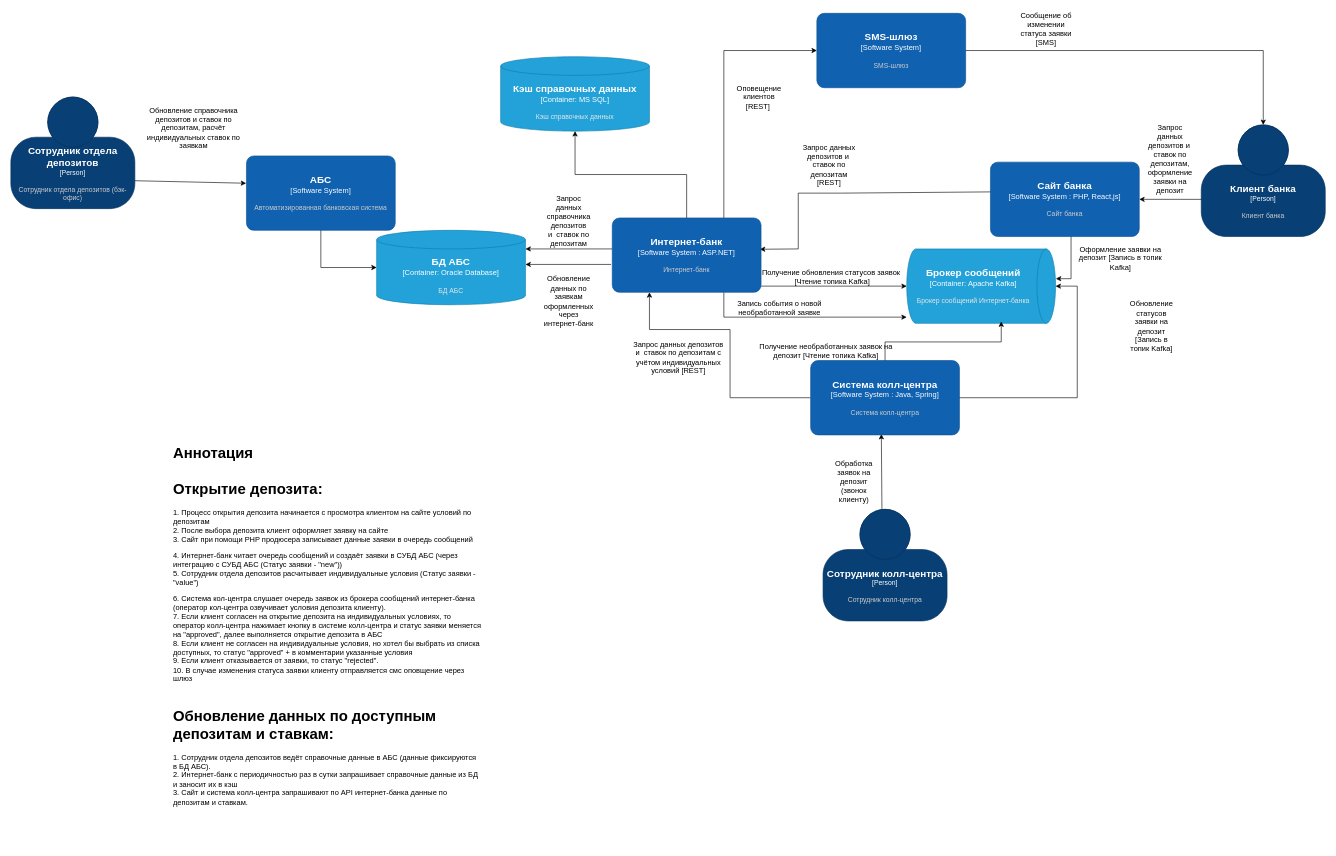
Above: Task3/Диаграмма контекста.drawio in Laborant90/architecture-standart (draw.io), before the change. Source tidied: cells renumbered, new cells numbered last; positions are measured from the earlier drawing's top-left corner, leaving out a move shared by most shapes. Both pictures are drawn from the tidied source at 62%, with x=0, y=0 at pixel (11, 13).
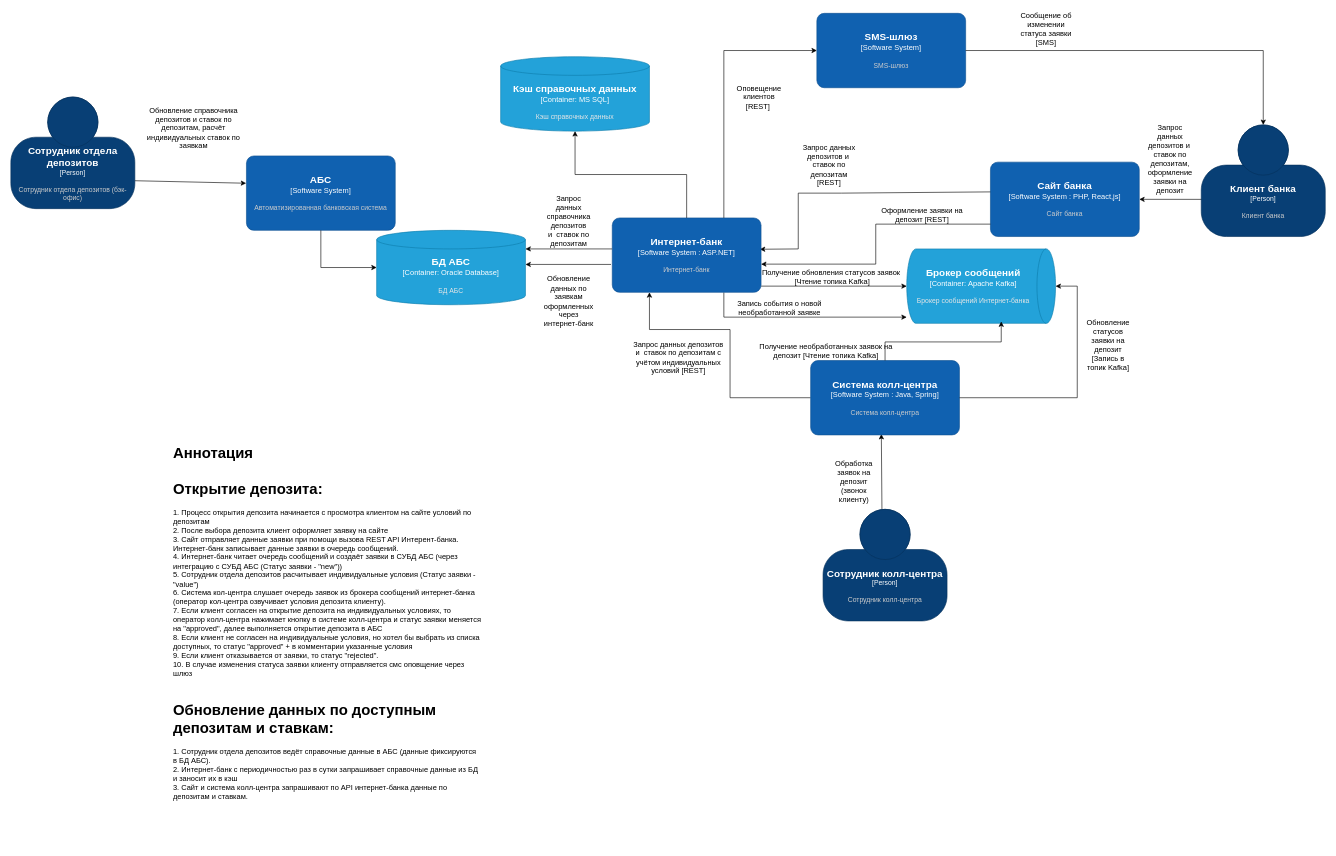
The same page after the edit.

The change refers to these unchanged cells:
```xml
<object id="25" label="&lt;font style=&quot;font-size: 16px&quot;&gt;&lt;b&gt;%c4Name%&lt;/b&gt;&lt;/font&gt;&lt;div&gt;[%c4Type%]&lt;/div&gt;&lt;br&gt;&lt;div&gt;&lt;font style=&quot;font-size: 11px&quot;&gt;&lt;font color=&quot;#cccccc&quot;&gt;%c4Description%&lt;/font&gt;&lt;/div&gt;" c4Description="Интернет-банк" c4Name="Интернет-банк" c4Type="Software System : ASP.NET" placeholders="1">
  <mxCell style="rounded=1;whiteSpace=wrap;html=1;labelBackgroundColor=none;fillColor=#1061B0;fontColor=#ffffff;align=center;arcSize=10;strokeColor=#0D5091;points=[[0.25,0,0],[0.5,0,0],[0.75,0,0],[1,0.25,0],[1,0.5,0],[1,0.75,0],[0.75,1,0],[0.5,1,0],[0.25,1,0],[0,0.75,0],[0,0.5,0],[0,0.25,0]];" parent="1" vertex="1">
    <mxGeometry x="970" y="330" width="240" height="120" as="geometry" />
  </mxCell>
</object>
<object id="29" label="&lt;font style=&quot;font-size: 16px&quot;&gt;&lt;b&gt;%c4Name%&lt;/b&gt;&lt;/font&gt;&lt;div&gt;[%c4Type%]&lt;/div&gt;&lt;br&gt;&lt;div&gt;&lt;font style=&quot;font-size: 11px&quot;&gt;&lt;font color=&quot;#cccccc&quot;&gt;%c4Description%&lt;/font&gt;&lt;/div&gt;" c4Description="Сайт банка" c4Name="Сайт банка" c4Type="Software System : PHP, React,js" placeholders="1">
  <mxCell style="rounded=1;whiteSpace=wrap;html=1;labelBackgroundColor=none;fillColor=#1061B0;fontColor=#ffffff;align=center;arcSize=10;strokeColor=#0D5091;points=[[0.25,0,0],[0.5,0,0],[0.75,0,0],[1,0.25,0],[1,0.5,0],[1,0.75,0],[0.75,1,0],[0.5,1,0],[0.25,1,0],[0,0.75,0],[0,0.5,0],[0,0.25,0]];" parent="1" vertex="1">
    <mxGeometry x="1580" y="240" width="240" height="120" as="geometry" />
  </mxCell>
</object>
<object id="37" label="&lt;font style=&quot;font-size: 16px&quot;&gt;&lt;b&gt;%c4Name%&lt;/b&gt;&lt;/font&gt;&lt;div&gt;[%c4Type%:&amp;nbsp;%c4Technology%]&lt;/div&gt;&lt;br&gt;&lt;div&gt;&lt;font style=&quot;font-size: 11px&quot;&gt;&lt;font color=&quot;#E6E6E6&quot;&gt;%c4Description%&lt;/font&gt;&lt;/div&gt;" c4Description="Брокер сообщений Интернет-банка" c4Name="Брокер сообщений" c4Technology="Apache Kafka" c4Type="Container" placeholders="1">
  <mxCell style="shape=cylinder3;size=15;direction=south;whiteSpace=wrap;html=1;boundedLbl=1;rounded=0;labelBackgroundColor=none;fillColor=#23A2D9;fontSize=12;fontColor=#ffffff;align=center;strokeColor=#0E7DAD;points=[[0.5,0,0],[1,0.25,0],[1,0.5,0],[1,0.75,0],[0.5,1,0],[0,0.75,0],[0,0.5,0],[0,0.25,0]];" parent="1" vertex="1">
    <mxGeometry x="1445" y="380" width="240" height="120" as="geometry" />
  </mxCell>
</object>
```

The edit, as a diff of the source:
```diff
@@
-    <mxCell id="10" value="Оформление заявки на депозит [Запись в топик Kafka]" style="text;html=1;align=center;verticalAlign=middle;whiteSpace=wrap;rounded=0;" parent="1" vertex="1">
-      <mxGeometry x="1720" y="380" width="140" height="30" as="geometry" />
-    </mxCell>
     <mxCell id="11" value="Обновление статусов заявки на депозит [Запись в топик Kafka]" style="text;html=1;align=center;verticalAlign=middle;whiteSpace=wrap;rounded=0;" parent="1" vertex="1">
-      <mxGeometry x="1810" y="490" width="60" height="30" as="geometry" />
+      <mxGeometry x="1740" y="520" width="60" height="30" as="geometry" />
     </mxCell>
@@
-    <mxCell id="18" value="&lt;h1 style=&quot;margin-top: 0px;&quot;&gt;Аннотация&lt;br&gt;&lt;br&gt;Открытие депозита:&lt;/h1&gt;&lt;p&gt;1. Процесс открытия депозита начинается с просмотра клиентом на сайте условий по депозитам&lt;br&gt;&lt;span style=&quot;background-color: transparent; color: light-dark(rgb(0, 0, 0), rgb(255, 255, 255));&quot;&gt;2. После выбора депозита клиент оформляет заявку на сайте&lt;br&gt;3. Сайт при помощи PHP продюсера записывает данные заявки в очередь сообщений&lt;/span&gt;&lt;/p&gt;&lt;p&gt;&lt;span style=&quot;background-color: transparent; color: light-dark(rgb(0, 0, 0), rgb(255, 255, 255));&quot;&gt;4. Интернет-банк читает очередь сообщений и создаёт заявки в СУБД АБС (через интеграцию с СУБД АБС&lt;/span&gt;&lt;span style=&quot;background-color: transparent; color: light-dark(rgb(0, 0, 0), rgb(255, 255, 255));&quot;&gt;&amp;nbsp;(Статус заявки - &quot;new&quot;))&lt;br&gt;5. Сотрудник отдела депозитов расчитывает индивидуальные условия (Статус заявки - &quot;value&quot;)&lt;br&gt;&lt;/span&gt;&lt;/p&gt;&lt;p&gt;&lt;span style=&quot;background-color: transparent; color: light-dark(rgb(0, 0, 0), rgb(255, 255, 255));&quot;&gt;6. Система кол-центра слушает очередь заявок из брокера сообщений интернет-банка (оператор кол-центра озвучивает условия депозита клиенту).&lt;br&gt;7. Если клиент согласен на открытие депозита на индивидуальных условиях, то оператор колл-центра нажимает кнопку в системе колл-центра и статус заявки меняется на &quot;approved&quot;, далее выполняется открытие депозита в АБС&lt;br&gt;8. Если клиент не согласен на индивидуальные условия, но хотел бы выбрать из списка доступных, то статус &quot;approved&quot; + в комментарии указанные условия&lt;br&gt;9. Если клиент отказывается от заявки, то статус &quot;rejected&quot;.&lt;br&gt;10. В случае изменения статуса заявки клиенту отправляется смс оповщение через шлюз&lt;/span&gt;&lt;/p&gt;&lt;p&gt;&lt;span style=&quot;background-color: transparent; color: light-dark(rgb(0, 0, 0), rgb(255, 255, 255));&quot;&gt;&lt;br&gt;&lt;/span&gt;&lt;/p&gt;&lt;h1 style=&quot;margin-top: 0px;&quot;&gt;Обновление данных по доступным депозитам и ставкам:&lt;/h1&gt;&lt;p&gt;1.&amp;nbsp;&lt;span style=&quot;background-color: transparent; color: light-dark(rgb(0, 0, 0), rgb(255, 255, 255));&quot;&gt;Сотрудник отдела депозитов ведёт справочные данные в АБС (данные фиксируются в БД АБС).&lt;br&gt;2. Интернет-банк с периодичностью раз в сутки запрашивает справочные данные из БД и заносит их в кэш&lt;br&gt;3. Сайт и система колл-центра запрашивают по API интернет-банка данные по депозитам и ставкам.&lt;/span&gt;&lt;/p&gt;" style="text;html=1;whiteSpace=wrap;overflow=hidden;rounded=0;" parent="1" vertex="1">
+    <mxCell id="18" value="&lt;h1 style=&quot;margin-top: 0px;&quot;&gt;Аннотация&lt;br&gt;&lt;br&gt;Открытие депозита:&lt;/h1&gt;&lt;p&gt;1. Процесс открытия депозита начинается с просмотра клиентом на сайте условий по депозитам&lt;br&gt;&lt;span style=&quot;background-color: transparent; color: light-dark(rgb(0, 0, 0), rgb(255, 255, 255));&quot;&gt;2. После выбора депозита клиент оформляет заявку на сайте&lt;br&gt;3. Сайт отправляет данные заявки при помощи вызова REST API Интерент-банка. Интернет-банк записывает данные заявки в очередь сообщений.&lt;br&gt;&lt;/span&gt;&lt;span style=&quot;background-color: transparent; color: light-dark(rgb(0, 0, 0), rgb(255, 255, 255));&quot;&gt;4. Интернет-банк читает очередь сообщений и создаёт заявки в СУБД АБС (через интеграцию с СУБД АБС&lt;/span&gt;&lt;span style=&quot;background-color: transparent; color: light-dark(rgb(0, 0, 0), rgb(255, 255, 255));&quot;&gt;&amp;nbsp;(Статус заявки - &quot;new&quot;))&lt;br&gt;&lt;/span&gt;&lt;span style=&quot;background-color: transparent; color: light-dark(rgb(0, 0, 0), rgb(255, 255, 255));&quot;&gt;5. Сотрудник отдела депозитов расчитывает индивидуальные условия (Статус заявки - &quot;value&quot;)&lt;br&gt;&lt;/span&gt;&lt;span style=&quot;background-color: transparent; color: light-dark(rgb(0, 0, 0), rgb(255, 255, 255));&quot;&gt;6. Система кол-центра слушает очередь заявок из брокера сообщений интернет-банка (оператор кол-центра озвучивает условия депозита клиенту).&lt;br&gt;&lt;/span&gt;&lt;span style=&quot;background-color: transparent; color: light-dark(rgb(0, 0, 0), rgb(255, 255, 255));&quot;&gt;7. Если клиент согласен на открытие депозита на индивидуальных условиях, то оператор колл-центра нажимает кнопку в системе колл-центра и статус заявки меняется на &quot;approved&quot;, далее выполняется открытие депозита в АБС&lt;br&gt;&lt;/span&gt;&lt;span style=&quot;background-color: transparent; color: light-dark(rgb(0, 0, 0), rgb(255, 255, 255));&quot;&gt;8. Если клиент не согласен на индивидуальные условия, но хотел бы выбрать из списка доступных, то статус &quot;approved&quot; + в комментарии указанные условия&lt;br&gt;&lt;/span&gt;&lt;span style=&quot;background-color: transparent; color: light-dark(rgb(0, 0, 0), rgb(255, 255, 255));&quot;&gt;9. Если клиент отказывается от заявки, то статус &quot;rejected&quot;.&lt;br&gt;&lt;/span&gt;&lt;span style=&quot;background-color: transparent; color: light-dark(rgb(0, 0, 0), rgb(255, 255, 255));&quot;&gt;10. В случае изменения статуса заявки клиенту отправляется смс оповщение через шлюз&lt;/span&gt;&lt;/p&gt;&lt;p&gt;&lt;span style=&quot;background-color: transparent; color: light-dark(rgb(0, 0, 0), rgb(255, 255, 255));&quot;&gt;&lt;br&gt;&lt;/span&gt;&lt;/p&gt;&lt;h1 style=&quot;margin-top: 0px;&quot;&gt;Обновление данных по доступным депозитам и ставкам:&lt;/h1&gt;&lt;p&gt;1.&amp;nbsp;&lt;span style=&quot;background-color: transparent; color: light-dark(rgb(0, 0, 0), rgb(255, 255, 255));&quot;&gt;Сотрудник отдела депозитов ведёт справочные данные в АБС (данные фиксируются в БД АБС).&lt;br&gt;2. Интернет-банк с периодичностью раз в сутки запрашивает справочные данные из БД и заносит их в кэш&lt;br&gt;3. Сайт и система колл-центра запрашивают по API интернет-банка данные по депозитам и ставкам.&lt;/span&gt;&lt;/p&gt;" style="text;html=1;whiteSpace=wrap;overflow=hidden;rounded=0;" parent="1" vertex="1">
       <mxGeometry x="260" y="689" width="500" height="650" as="geometry" />
     </mxCell>
@@
-    <mxCell id="43" style="edgeStyle=orthogonalEdgeStyle;rounded=0;jettySize=auto;html=1;entryX=0.4;entryY=-0.002;entryDx=0;entryDy=0;entryPerimeter=0;" parent="1" edge="1" source="29" target="37">
-      <mxGeometry relative="1" as="geometry">
-        <Array as="points">
-          <mxPoint x="1710" y="428" />
-        </Array>
-      </mxGeometry>
-    </mxCell>
+    <mxCell id="44" style="edgeStyle=orthogonalEdgeStyle;rounded=0;jettySize=auto;html=1;entryX=1;entryY=0.621;entryDx=0;entryDy=0;entryPerimeter=0;" parent="1" edge="1" source="29" target="25">
+      <mxGeometry relative="1" as="geometry">
+        <Array as="points">
+          <mxPoint x="1395" y="340" />
+          <mxPoint x="1395" y="405" />
+        </Array>
+      </mxGeometry>
+    </mxCell>
+    <mxCell id="45" value="Оформление заявки на депозит [REST]" style="text;html=1;align=center;verticalAlign=middle;whiteSpace=wrap;rounded=0;" parent="1" vertex="1">
+      <mxGeometry x="1400" y="310" width="140" height="30" as="geometry" />
+    </mxCell>
```
